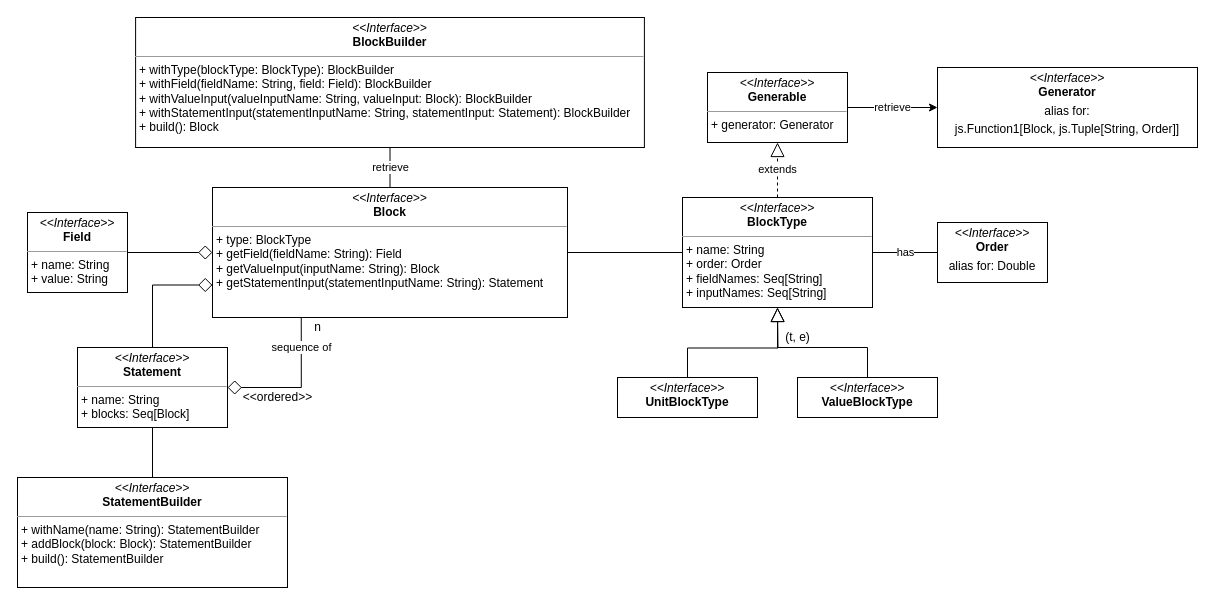
The draw.io diagram page "Block" (5 of 7) of design.drawio in cric96/ScaFi-Blocks, before the edit. Source tidied: cells renumbered, new cells numbered last; positions are measured from the earlier drawing's top-left corner, leaving out a move shared by most shapes. Both pictures are drawn from the tidied source at 100%, with x=0, y=0 at pixel (17, 17).
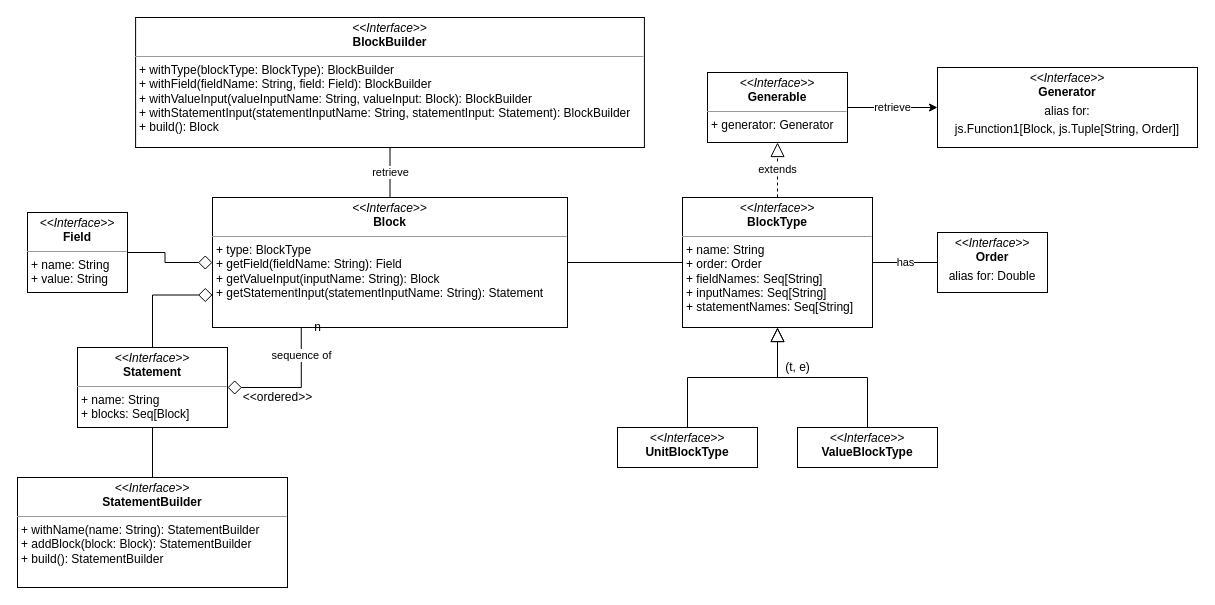
Above is the later version.

Change to the diagram source:
```diff
@@
     <mxCell id="5" value="&lt;p style=&quot;margin: 0px ; margin-top: 4px ; text-align: center&quot;&gt;&lt;i&gt;&amp;lt;&amp;lt;Interface&amp;gt;&amp;gt;&lt;/i&gt;&lt;br&gt;&lt;b&gt;Block&lt;/b&gt;&lt;/p&gt;&lt;hr size=&quot;1&quot;&gt;&lt;p style=&quot;margin: 0px ; margin-left: 4px&quot;&gt;+ type: BlockType&lt;/p&gt;&lt;p style=&quot;margin: 0px ; margin-left: 4px&quot;&gt;+ getField(fieldName: String): Field&lt;/p&gt;&lt;p style=&quot;margin: 0px ; margin-left: 4px&quot;&gt;+ getValueInput(inputName: String): Block&lt;/p&gt;&lt;p style=&quot;margin: 0px ; margin-left: 4px&quot;&gt;+ getStatementInput(statementInputName: String): Statement&lt;/p&gt;" style="verticalAlign=top;align=left;overflow=fill;fontSize=12;fontFamily=Helvetica;html=1;" parent="1" vertex="1">
-      <mxGeometry x="195" y="170" width="355" height="130" as="geometry" />
+      <mxGeometry x="195" y="180" width="355" height="130" as="geometry" />
     </mxCell>
@@
-    <mxCell id="18" value="&lt;p style=&quot;margin: 0px ; margin-top: 4px ; text-align: center&quot;&gt;&lt;i&gt;&amp;lt;&amp;lt;Interface&amp;gt;&amp;gt;&lt;/i&gt;&lt;br&gt;&lt;b&gt;BlockType&lt;/b&gt;&lt;/p&gt;&lt;hr size=&quot;1&quot;&gt;&lt;p style=&quot;margin: 0px ; margin-left: 4px&quot;&gt;+ name: String&lt;/p&gt;&lt;p style=&quot;margin: 0px ; margin-left: 4px&quot;&gt;+ order: Order&lt;/p&gt;&lt;p style=&quot;margin: 0px ; margin-left: 4px&quot;&gt;+ fieldNames: Seq[String]&lt;/p&gt;&lt;p style=&quot;margin: 0px ; margin-left: 4px&quot;&gt;+ inputNames: Seq[String]&lt;/p&gt;" style="verticalAlign=top;align=left;overflow=fill;fontSize=12;fontFamily=Helvetica;html=1;" parent="1" vertex="1">
-      <mxGeometry x="665" y="180" width="190" height="110" as="geometry" />
+    <mxCell id="18" value="&lt;p style=&quot;margin: 0px ; margin-top: 4px ; text-align: center&quot;&gt;&lt;i&gt;&amp;lt;&amp;lt;Interface&amp;gt;&amp;gt;&lt;/i&gt;&lt;br&gt;&lt;b&gt;BlockType&lt;/b&gt;&lt;/p&gt;&lt;hr size=&quot;1&quot;&gt;&lt;p style=&quot;margin: 0px ; margin-left: 4px&quot;&gt;+ name: String&lt;/p&gt;&lt;p style=&quot;margin: 0px ; margin-left: 4px&quot;&gt;+ order: Order&lt;/p&gt;&lt;p style=&quot;margin: 0px ; margin-left: 4px&quot;&gt;+ fieldNames: Seq[String]&lt;/p&gt;&lt;p style=&quot;margin: 0px ; margin-left: 4px&quot;&gt;+ inputNames: Seq[String]&lt;/p&gt;&lt;p style=&quot;margin: 0px ; margin-left: 4px&quot;&gt;+ statementNames: Seq[String]&lt;/p&gt;" style="verticalAlign=top;align=left;overflow=fill;fontSize=12;fontFamily=Helvetica;html=1;" parent="1" vertex="1">
+      <mxGeometry x="665" y="180" width="190" height="130" as="geometry" />
     </mxCell>
-    <mxCell id="19" style="edgeStyle=orthogonalEdgeStyle;rounded=0;jettySize=auto;html=1;exitX=0.5;exitY=0;exitDx=0;exitDy=0;endArrow=block;endFill=0;endSize=12;" parent="1" edge="1" source="20">
+    <mxCell id="19" style="edgeStyle=orthogonalEdgeStyle;rounded=0;jettySize=auto;html=1;exitX=0.5;exitY=0;exitDx=0;exitDy=0;endArrow=block;endFill=0;endSize=12;entryX=0.5;entryY=1;entryDx=0;entryDy=0;" parent="1" edge="1" source="20" target="18">
       <mxGeometry relative="1" as="geometry">
-        <mxPoint x="760" y="290" as="targetPoint" />
+        <Array as="points">
+          <mxPoint x="670" y="360" />
+          <mxPoint x="760" y="360" />
+        </Array>
       </mxGeometry>
     </mxCell>
     <mxCell id="20" value="&lt;p style=&quot;margin: 0px ; margin-top: 4px ; text-align: center&quot;&gt;&lt;i&gt;&amp;lt;&amp;lt;Interface&amp;gt;&amp;gt;&lt;/i&gt;&lt;br&gt;&lt;b&gt;UnitBlockType&lt;/b&gt;&lt;/p&gt;" style="verticalAlign=top;align=left;overflow=fill;fontSize=12;fontFamily=Helvetica;html=1;" parent="1" vertex="1">
-      <mxGeometry x="600" y="360" width="140" height="40" as="geometry" />
+      <mxGeometry x="600" y="410" width="140" height="40" as="geometry" />
     </mxCell>
     <mxCell id="21" style="edgeStyle=orthogonalEdgeStyle;rounded=0;jettySize=auto;html=1;exitX=0.5;exitY=0;exitDx=0;exitDy=0;entryX=0.5;entryY=1;entryDx=0;entryDy=0;endArrow=block;endFill=0;endSize=12;" parent="1" edge="1" source="22" target="18">
-      <mxGeometry relative="1" as="geometry" />
+      <mxGeometry relative="1" as="geometry">
+        <Array as="points">
+          <mxPoint x="850" y="360" />
+          <mxPoint x="760" y="360" />
+        </Array>
+      </mxGeometry>
     </mxCell>
     <mxCell id="22" value="&lt;p style=&quot;margin: 0px ; margin-top: 4px ; text-align: center&quot;&gt;&lt;i&gt;&amp;lt;&amp;lt;Interface&amp;gt;&amp;gt;&lt;/i&gt;&lt;br&gt;&lt;b&gt;ValueBlockType&lt;/b&gt;&lt;/p&gt;" style="verticalAlign=top;align=left;overflow=fill;fontSize=12;fontFamily=Helvetica;html=1;" parent="1" vertex="1">
-      <mxGeometry x="780" y="360" width="140" height="40" as="geometry" />
+      <mxGeometry x="780" y="410" width="140" height="40" as="geometry" />
     </mxCell>
     <mxCell id="23" value="(t, e)" style="text;html=1;align=center;verticalAlign=middle;strokeColor=none;fillColor=none;" parent="1" vertex="1">
-      <mxGeometry x="760" y="310" width="40" height="20" as="geometry" />
+      <mxGeometry x="760" y="340" width="40" height="20" as="geometry" />
     </mxCell>
     <mxCell id="24" value="&lt;p style=&quot;margin: 0px ; margin-top: 4px ; text-align: center&quot;&gt;&lt;i&gt;&amp;lt;&amp;lt;Interface&amp;gt;&amp;gt;&lt;/i&gt;&lt;br&gt;&lt;b&gt;Order&lt;/b&gt;&lt;/p&gt;&lt;p style=&quot;margin: 0px ; margin-top: 4px ; text-align: center&quot;&gt;alias for: Double&lt;/p&gt;" style="verticalAlign=top;align=left;overflow=fill;fontSize=12;fontFamily=Helvetica;html=1;" parent="1" vertex="1">
-      <mxGeometry x="920" y="205" width="110" height="60" as="geometry" />
+      <mxGeometry x="920" y="215" width="110" height="60" as="geometry" />
     </mxCell>
```
